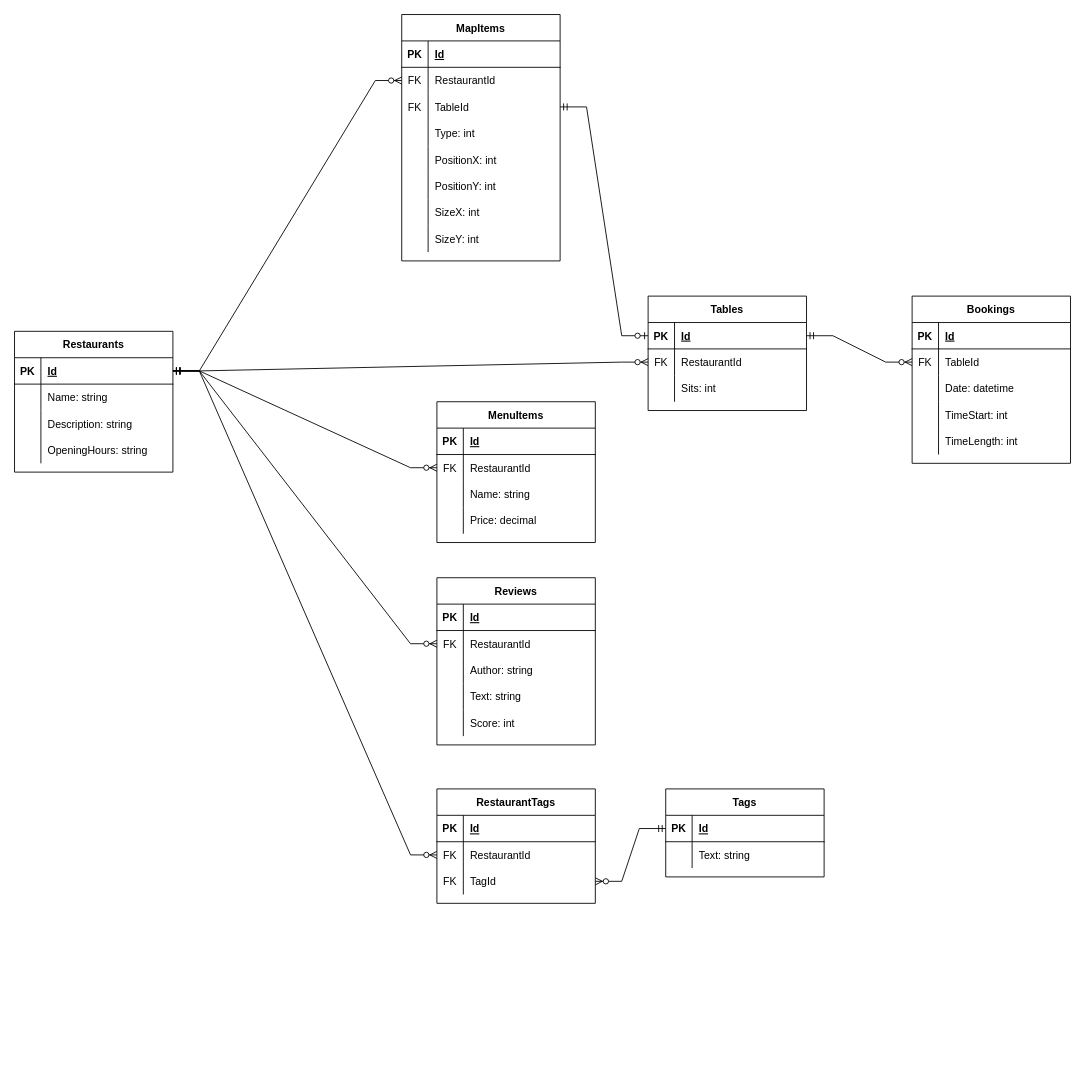
Above: DatabaseDesign.drawio in koloczz/sit-eat (draw.io), before the change. Source tidied: cells renumbered, new cells numbered last; positions are measured from the earlier drawing's top-left corner, leaving out a move shared by most shapes. Both pictures are drawn from the tidied source at 88%, with x=0, y=0 at pixel (14, 14).
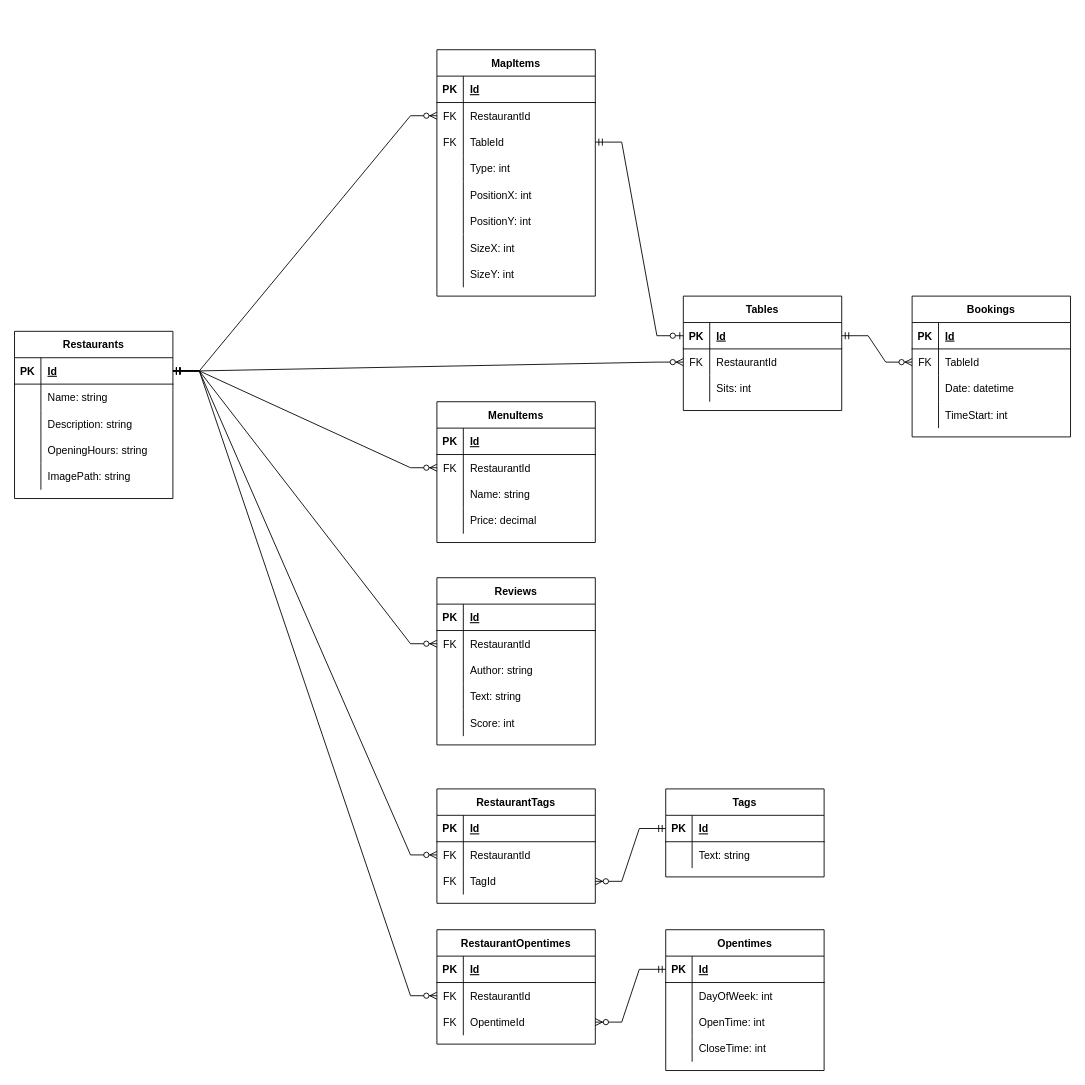
The same diagram, later.

Commit message (it also covers changes not shown here):
Update DB design with restaurand opening hours

The change refers to these unchanged cells:
```xml
<mxCell id="3" style="shape=partialRectangle;fillColor=none;top=0;left=0;bottom=1;right=0;points=[[0,0.5],[1,0.5]];portConstraint=eastwest;" parent="2" vertex="1">
  <mxGeometry y="30" width="180" height="30" as="geometry" />
</mxCell>
```

Diff of the diagram source:
```diff
@@
     <mxCell id="2" value="Restaurants" style="shape=table;startSize=30;childLayout=tableLayout;rowLines=0;fontStyle=1;align=center;fillColor=default;strokeColor=default;fontColor=default;" parent="1" vertex="1">
-      <mxGeometry y="360" width="180" height="160" as="geometry" />
+      <mxGeometry y="360" width="180" height="190" as="geometry" />
     </mxCell>
@@
+    <mxCell id="66" style="shape=partialRectangle;fillColor=none;top=0;left=0;bottom=0;right=0;" parent="2" vertex="1">
+      <mxGeometry y="150" width="180" height="30" as="geometry" />
+    </mxCell>
+    <mxCell id="120" style="shape=partialRectangle;fillColor=none;top=0;left=0;bottom=0;right=0;overflow=hidden;" parent="66" vertex="1">
+      <mxGeometry width="30" height="30" as="geometry" />
+    </mxCell>
+    <mxCell id="121" value="ImagePath: string" style="shape=partialRectangle;fillColor=none;top=0;left=0;bottom=0;right=0;align=left;spacingLeft=6;overflow=hidden;" parent="66" vertex="1">
+      <mxGeometry x="30" width="150" height="30" as="geometry" />
+    </mxCell>
     <mxCell id="15" value="Tables" style="shape=table;startSize=30;childLayout=tableLayout;rowLines=0;fontStyle=1;align=center;" parent="1" vertex="1">
-      <mxGeometry x="720" y="320" width="180" height="130" as="geometry" />
+      <mxGeometry x="760" y="320" width="180" height="130" as="geometry" />
     </mxCell>
@@
     <mxCell id="26" value="MapItems" style="shape=table;startSize=30;childLayout=tableLayout;rowLines=0;fontStyle=1;align=center;" parent="1" vertex="1">
-      <mxGeometry x="440" width="180" height="280" as="geometry" />
+      <mxGeometry x="480" y="40" width="180" height="280" as="geometry" />
     </mxCell>
@@
     <mxCell id="53" value="Bookings" style="shape=table;startSize=30;childLayout=tableLayout;rowLines=0;fontStyle=1;align=center;" parent="1" vertex="1">
-      <mxGeometry x="1020" y="320" width="180" height="190" as="geometry" />
+      <mxGeometry x="1020" y="320" width="180" height="160" as="geometry" />
     </mxCell>
@@
-    <mxCell id="66" style="shape=partialRectangle;fillColor=none;top=0;left=0;bottom=0;right=0;" parent="53" vertex="1">
-      <mxGeometry y="150" width="180" height="30" as="geometry" />
-    </mxCell>
-    <mxCell id="67" style="shape=partialRectangle;fillColor=none;top=0;left=0;bottom=0;right=0;overflow=hidden;" parent="66" vertex="1">
-      <mxGeometry width="30" height="30" as="geometry" />
-    </mxCell>
-    <mxCell id="68" value="TimeLength: int" style="shape=partialRectangle;fillColor=none;top=0;left=0;bottom=0;right=0;align=left;spacingLeft=6;overflow=hidden;" parent="66" vertex="1">
-      <mxGeometry x="30" width="150" height="30" as="geometry" />
-    </mxCell>
@@
+    <mxCell id="122" value="Opentimes" style="shape=table;startSize=30;childLayout=tableLayout;rowLines=0;fontStyle=1;align=center;fillColor=default;strokeColor=default;fontColor=default;" parent="1" vertex="1">
+      <mxGeometry x="740" y="1040" width="180" height="160" as="geometry" />
+    </mxCell>
+    <mxCell id="123" style="shape=partialRectangle;fillColor=none;top=0;left=0;bottom=1;right=0;points=[[0,0.5],[1,0.5]];portConstraint=eastwest;" parent="122" vertex="1">
+      <mxGeometry y="30" width="180" height="30" as="geometry" />
+    </mxCell>
+    <mxCell id="124" value="PK" style="shape=partialRectangle;fillColor=none;top=0;left=0;bottom=0;right=0;fontStyle=1;overflow=hidden;" parent="123" vertex="1">
+      <mxGeometry width="30" height="30" as="geometry" />
+    </mxCell>
+    <mxCell id="125" value="Id" style="shape=partialRectangle;fillColor=none;top=0;left=0;bottom=0;right=0;align=left;spacingLeft=6;fontStyle=5;overflow=hidden;" parent="123" vertex="1">
+      <mxGeometry x="30" width="150" height="30" as="geometry" />
+    </mxCell>
+    <mxCell id="126" style="shape=partialRectangle;fillColor=none;top=0;left=0;bottom=0;right=0;" parent="122" vertex="1">
+      <mxGeometry y="60" width="180" height="30" as="geometry" />
+    </mxCell>
+    <mxCell id="127" style="shape=partialRectangle;fillColor=none;top=0;left=0;bottom=0;right=0;overflow=hidden;" parent="126" vertex="1">
+      <mxGeometry width="30" height="30" as="geometry" />
+    </mxCell>
+    <mxCell id="128" value="DayOfWeek: int" style="shape=partialRectangle;fillColor=none;top=0;left=0;bottom=0;right=0;align=left;spacingLeft=6;overflow=hidden;fontColor=default;strokeColor=default;" parent="126" vertex="1">
+      <mxGeometry x="30" width="150" height="30" as="geometry" />
+    </mxCell>
+    <mxCell id="129" style="shape=partialRectangle;fillColor=none;top=0;left=0;bottom=0;right=0;" parent="122" vertex="1">
+      <mxGeometry y="90" width="180" height="30" as="geometry" />
+    </mxCell>
+    <mxCell id="130" style="shape=partialRectangle;fillColor=none;top=0;left=0;bottom=0;right=0;overflow=hidden;" parent="129" vertex="1">
+      <mxGeometry width="30" height="30" as="geometry" />
+    </mxCell>
+    <mxCell id="131" value="OpenTime: int" style="shape=partialRectangle;fillColor=none;top=0;left=0;bottom=0;right=0;align=left;spacingLeft=6;overflow=hidden;fontColor=default;strokeColor=default;" parent="129" vertex="1">
+      <mxGeometry x="30" width="150" height="30" as="geometry" />
+    </mxCell>
+    <mxCell id="132" style="shape=partialRectangle;fillColor=none;top=0;left=0;bottom=0;right=0;" parent="122" vertex="1">
+      <mxGeometry y="120" width="180" height="30" as="geometry" />
+    </mxCell>
+    <mxCell id="133" style="shape=partialRectangle;fillColor=none;top=0;left=0;bottom=0;right=0;overflow=hidden;" parent="132" vertex="1">
+      <mxGeometry width="30" height="30" as="geometry" />
+    </mxCell>
+    <mxCell id="134" value="CloseTime: int" style="shape=partialRectangle;fillColor=none;top=0;left=0;bottom=0;right=0;align=left;spacingLeft=6;overflow=hidden;fontColor=default;strokeColor=default;" parent="132" vertex="1">
+      <mxGeometry x="30" width="150" height="30" as="geometry" />
+    </mxCell>
+    <mxCell id="135" value="RestaurantOpentimes" style="shape=table;startSize=30;childLayout=tableLayout;rowLines=0;fontStyle=1;align=center;fillColor=default;strokeColor=default;fontColor=default;" parent="1" vertex="1">
+      <mxGeometry x="480" y="1040" width="180" height="130" as="geometry" />
+    </mxCell>
+    <mxCell id="136" style="shape=partialRectangle;fillColor=none;top=0;left=0;bottom=1;right=0;fontColor=default;" parent="135" vertex="1">
+      <mxGeometry y="30" width="180" height="30" as="geometry" />
+    </mxCell>
+    <mxCell id="137" value="PK" style="shape=partialRectangle;fillColor=none;top=0;left=0;bottom=0;right=0;fontStyle=1;overflow=hidden;" parent="136" vertex="1">
+      <mxGeometry width="30" height="30" as="geometry" />
+    </mxCell>
+    <mxCell id="138" value="Id" style="shape=partialRectangle;fillColor=none;top=0;left=0;bottom=0;right=0;align=left;spacingLeft=6;fontStyle=5;overflow=hidden;" parent="136" vertex="1">
+      <mxGeometry x="30" width="150" height="30" as="geometry" />
+    </mxCell>
+    <mxCell id="139" style="shape=partialRectangle;fillColor=none;top=0;left=0;bottom=0;right=0;points=[[0,0.5],[1,0.5]];portConstraint=eastwest;" parent="135" vertex="1">
+      <mxGeometry y="60" width="180" height="30" as="geometry" />
+    </mxCell>
+    <mxCell id="140" value="FK" style="shape=partialRectangle;fillColor=none;top=0;left=0;bottom=0;right=0;overflow=hidden;fontColor=default;" parent="139" vertex="1">
+      <mxGeometry width="30" height="30" as="geometry" />
+    </mxCell>
+    <mxCell id="141" value="RestaurantId" style="shape=partialRectangle;fillColor=none;top=0;left=0;bottom=0;right=0;align=left;spacingLeft=6;overflow=hidden;fontColor=default;strokeColor=default;" parent="139" vertex="1">
+      <mxGeometry x="30" width="150" height="30" as="geometry" />
+    </mxCell>
+    <mxCell id="142" style="shape=partialRectangle;fillColor=none;top=0;left=0;bottom=0;right=0;points=[[0,0.5],[1,0.5]];portConstraint=eastwest;" parent="135" vertex="1">
+      <mxGeometry y="90" width="180" height="30" as="geometry" />
+    </mxCell>
+    <mxCell id="143" value="FK" style="shape=partialRectangle;fillColor=none;top=0;left=0;bottom=0;right=0;overflow=hidden;fontColor=default;" parent="142" vertex="1">
+      <mxGeometry width="30" height="30" as="geometry" />
+    </mxCell>
+    <mxCell id="144" value="OpentimeId" style="shape=partialRectangle;fillColor=none;top=0;left=0;bottom=0;right=0;align=left;spacingLeft=6;overflow=hidden;fontColor=default;strokeColor=default;" parent="142" vertex="1">
+      <mxGeometry x="30" width="150" height="30" as="geometry" />
+    </mxCell>
+    <mxCell id="145" style="edgeStyle=entityRelationEdgeStyle;fontSize=12;html=1;endArrow=ERzeroToMany;startArrow=ERmandOne;rounded=0;entryX=1;entryY=0.5;entryDx=0;entryDy=0;strokeColor=default;labelBackgroundColor=default;fontColor=default;exitX=0;exitY=0.5;exitDx=0;exitDy=0;" parent="1" edge="1" source="123" target="142">
+      <mxGeometry relative="1" as="geometry" />
+    </mxCell>
+    <mxCell id="146" style="edgeStyle=entityRelationEdgeStyle;fontSize=12;html=1;endArrow=ERzeroToMany;startArrow=ERmandOne;rounded=0;exitX=1;exitY=0.5;exitDx=0;exitDy=0;entryX=0;entryY=0.5;entryDx=0;entryDy=0;strokeColor=default;labelBackgroundColor=default;fontColor=default;" parent="1" edge="1" source="3" target="139">
+      <mxGeometry relative="1" as="geometry" />
+    </mxCell>
```
